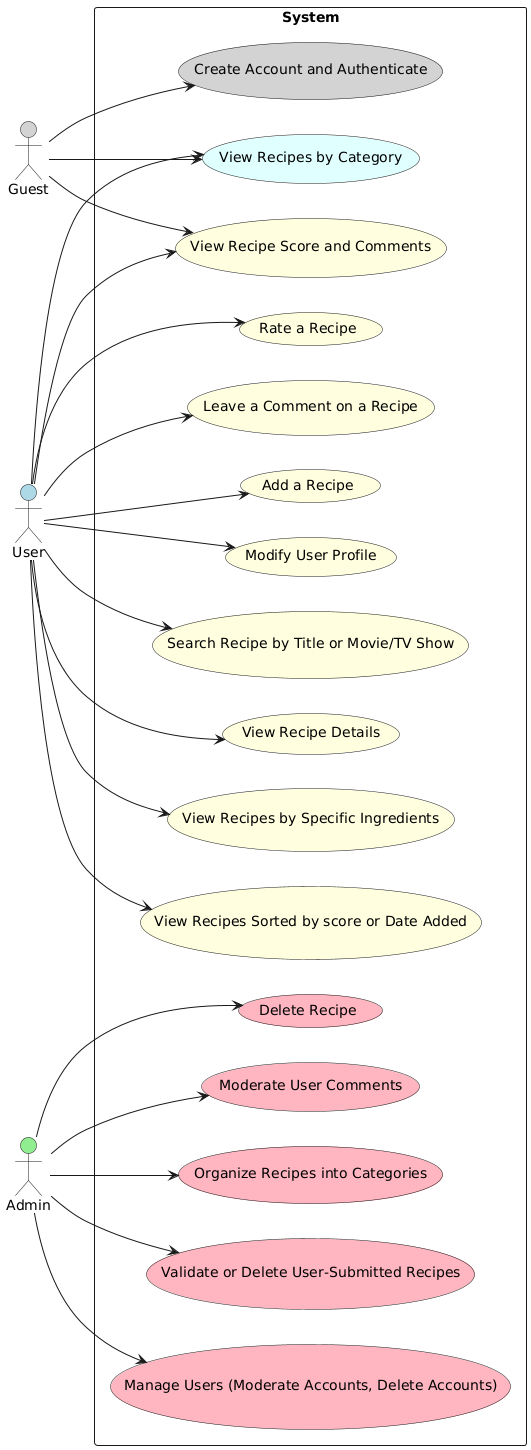
Earlier version of the PlantUML export conception/diagrammes/use_cases.png (josephDelnord/cinesaveurs).
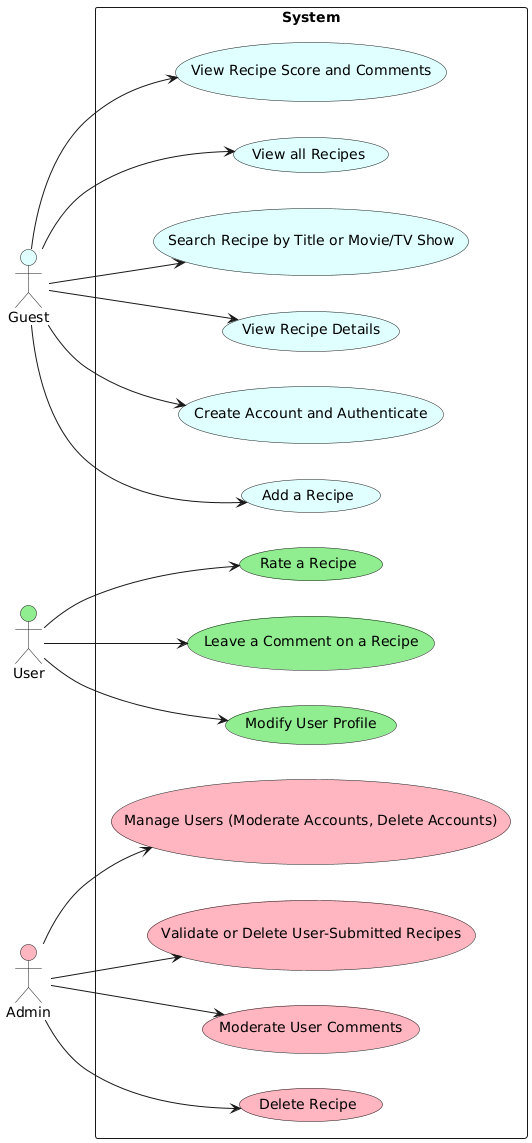
The same diagram one commit later.

Change to the diagram source:
```diff
@@ -1,48 +1,40 @@
 @startuml
 left to right direction
 
-actor "Guest" as G #lightgray
-actor "User" as U #lightblue
-actor "Admin" as A #lightgreen
+actor "Guest" as G #lightcyan
+actor "User" as U #lightgreen
+actor "Admin" as A #lightpink
 
 rectangle "System" {
 
-  usecase "View Recipes by Category" as UC1 #lightcyan
-  usecase "Search Recipe by Title or Movie/TV Show" as UC2 #lightyellow
-  usecase "View Recipe Details" as UC3 #lightyellow
-  usecase "Create Account and Authenticate" as UC4 #lightgray
-  usecase "Modify User Profile" as UC5 #lightyellow
-  usecase "Add a Recipe" as UC6 #lightyellow
-  usecase "Leave a Comment on a Recipe" as UC7 #lightyellow
-  usecase "Rate a Recipe" as UC8 #lightyellow
-  usecase "View Recipes Sorted by score or Date Added" as UC10 #lightyellow
-  usecase "View Recipes by Specific Ingredients" as UC11 #lightyellow
-  usecase "Manage Users (Moderate Accounts, Delete Accounts)" as UC12 #lightpink
-  usecase "Validate or Delete User-Submitted Recipes" as UC13 #lightpink
-  usecase "Organize Recipes into Categories" as UC14 #lightpink
-  usecase "Moderate User Comments" as UC15 #lightpink
-  usecase "Delete Recipe" as UC16 #lightpink
-  usecase "View Recipe Score and Comments" as UC17 #lightyellow
+  usecase "View all Recipes" as UC1 #lightcyan
+  usecase "Search Recipe by Title or Movie/TV Show" as UC2 #lightcyan
+  usecase "View Recipe Details" as UC3 #lightcyan
+  usecase "Create Account and Authenticate" as UC4 #lightcyan
+  usecase "Modify User Profile" as UC5 #lightgreen
+  usecase "Add a Recipe" as UC6 #lightcyan
+  usecase "Leave a Comment on a Recipe" as UC7 #lightgreen
+  usecase "Rate a Recipe" as UC8 #lightgreen
+  usecase "Manage Users (Moderate Accounts, Delete Accounts)" as UC9 #lightpink
+  usecase "Validate or Delete User-Submitted Recipes" as UC10 #lightpink
+  usecase "Moderate User Comments" as UC11 #lightpink
+  usecase "Delete Recipe" as UC12 #lightpink
+  usecase "View Recipe Score and Comments" as UC13 #lightcyan
 }
 
 G -down-> UC1
+G -down-> UC2
+G -down-> UC3
 G -down-> UC4
-G -down-> UC17
+G -down-> UC6
+G -down-> UC13
 
-U -down-> UC1
-U -down-> UC2
-U -down-> UC3
 U -down-> UC5
-U -down-> UC6
 U -down-> UC7
 U -down-> UC8
-U -down-> UC10
-U -down-> UC11
-U -down-> UC17
 
+A -down-> UC9
+A -down-> UC10
+A -down-> UC11
 A -down-> UC12
-A -down-> UC13
-A -down-> UC14
-A -down-> UC15
-A -down-> UC16
 @enduml
```
